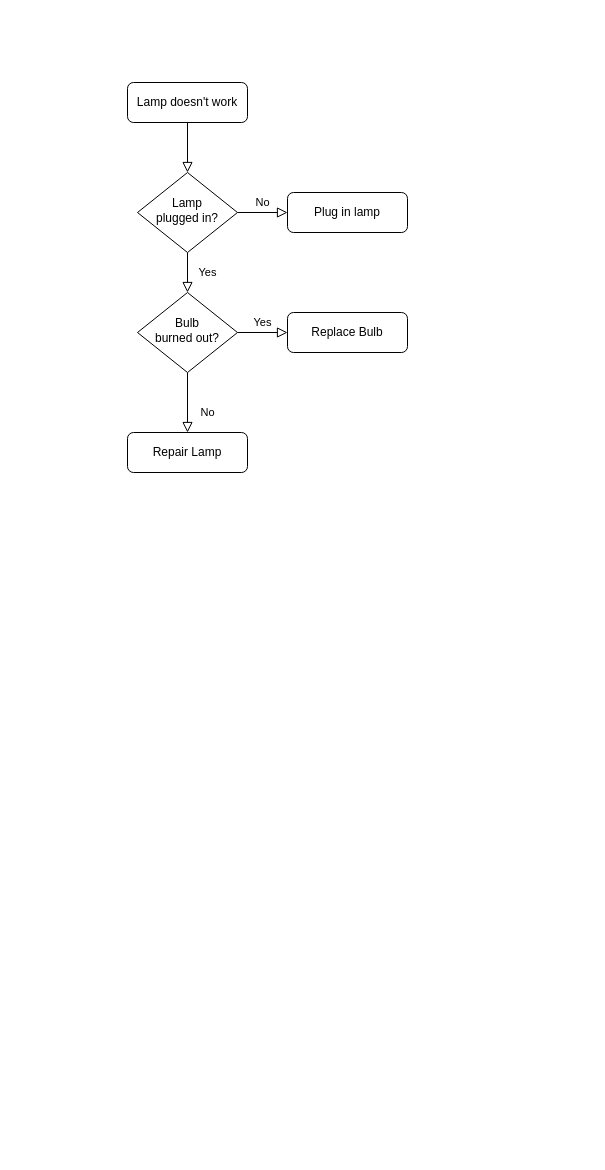
Above: Untitled Diagram.drawio in atom123/Draw (draw.io), before the change. Source tidied: cells renumbered, new cells numbered last; positions are measured from the earlier drawing's top-left corner, leaving out a move shared by most shapes. Both pictures are drawn from the tidied source at 100%, with x=0, y=0 at pixel (127, 82).
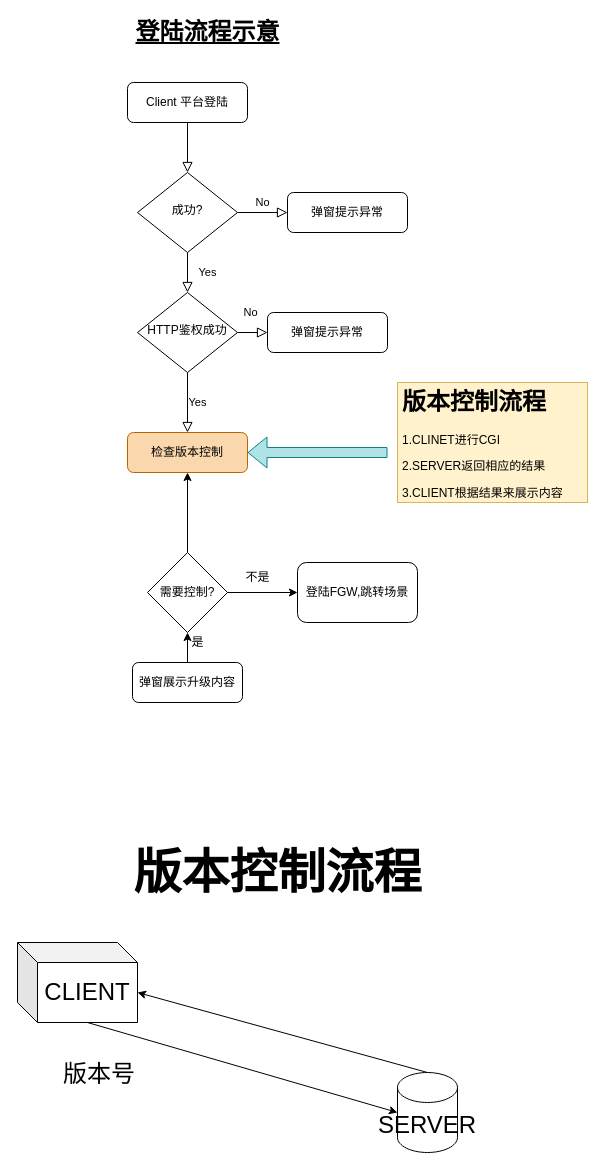
After the change.

What changed in the source:
```diff
@@
-    <mxCell id="3" value="Lamp doesn't work" style="rounded=1;whiteSpace=wrap;html=1;fontSize=12;glass=0;strokeWidth=1;shadow=0;" parent="1" vertex="1">
+    <mxCell id="3" value="Client&amp;nbsp;平台登陆" style="rounded=1;whiteSpace=wrap;html=1;fontSize=12;glass=0;strokeWidth=1;shadow=0;" parent="1" vertex="1">
       <mxGeometry width="120" height="40" as="geometry" />
     </mxCell>
@@
-    <mxCell id="6" value="Lamp&lt;br&gt;plugged in?" style="rhombus;whiteSpace=wrap;html=1;shadow=0;fontFamily=Helvetica;fontSize=12;align=center;strokeWidth=1;spacing=6;spacingTop=-4;" parent="1" vertex="1">
+    <mxCell id="6" value="成功?" style="rhombus;whiteSpace=wrap;html=1;shadow=0;fontFamily=Helvetica;fontSize=12;align=center;strokeWidth=1;spacing=6;spacingTop=-4;" parent="1" vertex="1">
       <mxGeometry x="10" y="90" width="100" height="80" as="geometry" />
     </mxCell>
-    <mxCell id="7" value="Plug in lamp" style="rounded=1;whiteSpace=wrap;html=1;fontSize=12;glass=0;strokeWidth=1;shadow=0;" parent="1" vertex="1">
+    <mxCell id="7" value="弹窗提示异常" style="rounded=1;whiteSpace=wrap;html=1;fontSize=12;glass=0;strokeWidth=1;shadow=0;" parent="1" vertex="1">
       <mxGeometry x="160" y="110" width="120" height="40" as="geometry" />
     </mxCell>
@@
-    <mxCell id="10" value="Bulb&lt;br&gt;burned out?" style="rhombus;whiteSpace=wrap;html=1;shadow=0;fontFamily=Helvetica;fontSize=12;align=center;strokeWidth=1;spacing=6;spacingTop=-4;" parent="1" vertex="1">
+    <mxCell id="10" value="HTTP鉴权成功" style="rhombus;whiteSpace=wrap;html=1;shadow=0;fontFamily=Helvetica;fontSize=12;align=center;strokeWidth=1;spacing=6;spacingTop=-4;" parent="1" vertex="1">
       <mxGeometry x="10" y="210" width="100" height="80" as="geometry" />
     </mxCell>
-    <mxCell id="11" value="Repair Lamp" style="rounded=1;whiteSpace=wrap;html=1;fontSize=12;glass=0;strokeWidth=1;shadow=0;" parent="1" vertex="1">
-      <mxGeometry y="350" width="120" height="40" as="geometry" />
+    <mxCell id="11" value="弹窗提示异常" style="rounded=1;whiteSpace=wrap;html=1;fontSize=12;glass=0;strokeWidth=1;shadow=0;" parent="1" vertex="1">
+      <mxGeometry x="140" y="230" width="120" height="40" as="geometry" />
     </mxCell>
-    <mxCell id="12" value="Replace Bulb" style="rounded=1;whiteSpace=wrap;html=1;fontSize=12;glass=0;strokeWidth=1;shadow=0;" parent="1" vertex="1">
-      <mxGeometry x="160" y="230" width="120" height="40" as="geometry" />
+    <mxCell id="12" value="检查版本控制" style="rounded=1;whiteSpace=wrap;html=1;fontSize=12;glass=0;strokeWidth=1;shadow=0;fillColor=#fad7ac;strokeColor=#b46504;" parent="1" vertex="1">
+      <mxGeometry y="350" width="120" height="40" as="geometry" />
     </mxCell>
+    <mxCell id="13" style="edgeStyle=orthogonalEdgeStyle;rounded=0;jettySize=auto;html=1;" parent="1" edge="1" source="15" target="12">
+      <mxGeometry relative="1" as="geometry" />
+    </mxCell>
+    <mxCell id="14" style="edgeStyle=orthogonalEdgeStyle;rounded=0;jettySize=auto;html=1;entryX=0;entryY=0.5;entryDx=0;entryDy=0;" parent="1" edge="1" source="15" target="16">
+      <mxGeometry relative="1" as="geometry" />
+    </mxCell>
+    <mxCell id="15" value="需要控制?" style="rhombus;whiteSpace=wrap;html=1;" parent="1" vertex="1">
+      <mxGeometry x="20" y="470" width="80" height="80" as="geometry" />
+    </mxCell>
+    <mxCell id="16" value="登陆FGW,跳转场景" style="rounded=1;whiteSpace=wrap;html=1;" parent="1" vertex="1">
+      <mxGeometry x="170" y="480" width="120" height="60" as="geometry" />
+    </mxCell>
+    <mxCell id="17" style="edgeStyle=orthogonalEdgeStyle;rounded=0;jettySize=auto;html=1;" parent="1" edge="1" source="18" target="15">
+      <mxGeometry relative="1" as="geometry" />
+    </mxCell>
+    <mxCell id="18" value="弹窗展示升级内容" style="rounded=1;whiteSpace=wrap;html=1;" parent="1" vertex="1">
+      <mxGeometry x="5" y="580" width="110" height="40" as="geometry" />
+    </mxCell>
+    <mxCell id="19" value="是" style="text;html=1;align=center;verticalAlign=middle;strokeColor=none;" parent="1" vertex="1">
+      <mxGeometry x="55" y="550" width="30" height="20" as="geometry" />
+    </mxCell>
+    <mxCell id="20" value="不是" style="text;html=1;align=center;verticalAlign=middle;strokeColor=none;" parent="1" vertex="1">
+      <mxGeometry x="110" y="485" width="40" height="20" as="geometry" />
+    </mxCell>
+    <mxCell id="21" style="shape=flexArrow;endArrow=classic;html=1;entryX=1;entryY=0.5;entryDx=0;entryDy=0;fillColor=#b0e3e6;strokeColor=#0e8088;" parent="1" edge="1" target="12">
+      <mxGeometry relative="1" as="geometry">
+        <mxPoint x="260" y="370" as="sourcePoint" />
+      </mxGeometry>
+    </mxCell>
+    <mxCell id="22" value="&lt;h1&gt;版本控制流程&lt;/h1&gt;&lt;p&gt;1.CLINET进行CGI&lt;/p&gt;&lt;p&gt;2.SERVER返回相应的结果&lt;/p&gt;&lt;p&gt;3.CLIENT根据结果来展示内容&lt;/p&gt;" style="text;html=1;strokeColor=#d6b656;fillColor=#fff2cc;spacing=5;spacingTop=-20;whiteSpace=wrap;overflow=hidden;rounded=0;" parent="1" vertex="1">
+      <mxGeometry x="270" y="300" width="190" height="120" as="geometry" />
+    </mxCell>
+    <mxCell id="23" value="登陆流程示意" style="text;html=1;align=center;verticalAlign=middle;strokeColor=none;fontSize=24;fontStyle=5;" parent="1" vertex="1">
+      <mxGeometry y="-65" width="160" height="30" as="geometry" />
+    </mxCell>
+    <mxCell id="24" value="&lt;h1 style=&quot;text-align: left&quot;&gt;版本控制流程&lt;/h1&gt;" style="text;html=1;align=center;verticalAlign=middle;strokeColor=none;fontSize=24;" parent="1" vertex="1">
+      <mxGeometry y="740" width="300" height="100" as="geometry" />
+    </mxCell>
+    <mxCell id="25" value="CLIENT" style="shape=cube;whiteSpace=wrap;html=1;boundedLbl=1;backgroundOutline=1;darkOpacity=0.05;darkOpacity2=0.1;fontSize=24;" parent="1" vertex="1">
+      <mxGeometry x="-110" y="860" width="120" height="80" as="geometry" />
+    </mxCell>
+    <mxCell id="26" value="SERVER" style="shape=cylinder3;whiteSpace=wrap;html=1;boundedLbl=1;backgroundOutline=1;size=15;fontSize=24;" parent="1" vertex="1">
+      <mxGeometry x="270" y="990" width="60" height="80" as="geometry" />
+    </mxCell>
+    <mxCell id="27" style="endArrow=classic;html=1;fontSize=24;exitX=0;exitY=0;exitDx=70;exitDy=80;exitPerimeter=0;entryX=0;entryY=0.5;entryDx=0;entryDy=0;entryPerimeter=0;" parent="1" edge="1" source="25" target="26">
+      <mxGeometry relative="1" as="geometry" />
+    </mxCell>
+    <mxCell id="28" style="endArrow=classic;html=1;fontSize=24;exitX=0.5;exitY=0;exitDx=0;exitDy=0;exitPerimeter=0;entryX=0;entryY=0;entryDx=120;entryDy=50;entryPerimeter=0;" parent="1" edge="1" source="26" target="25">
+      <mxGeometry relative="1" as="geometry" />
+    </mxCell>
+    <mxCell id="29" value="版本号" style="text;strokeColor=none;fillColor=none;align=left;verticalAlign=top;spacingLeft=4;spacingRight=4;overflow=hidden;fontSize=24;" parent="1" vertex="1">
+      <mxGeometry x="-70" y="970" width="190" height="30" as="geometry" />
+    </mxCell>
```
